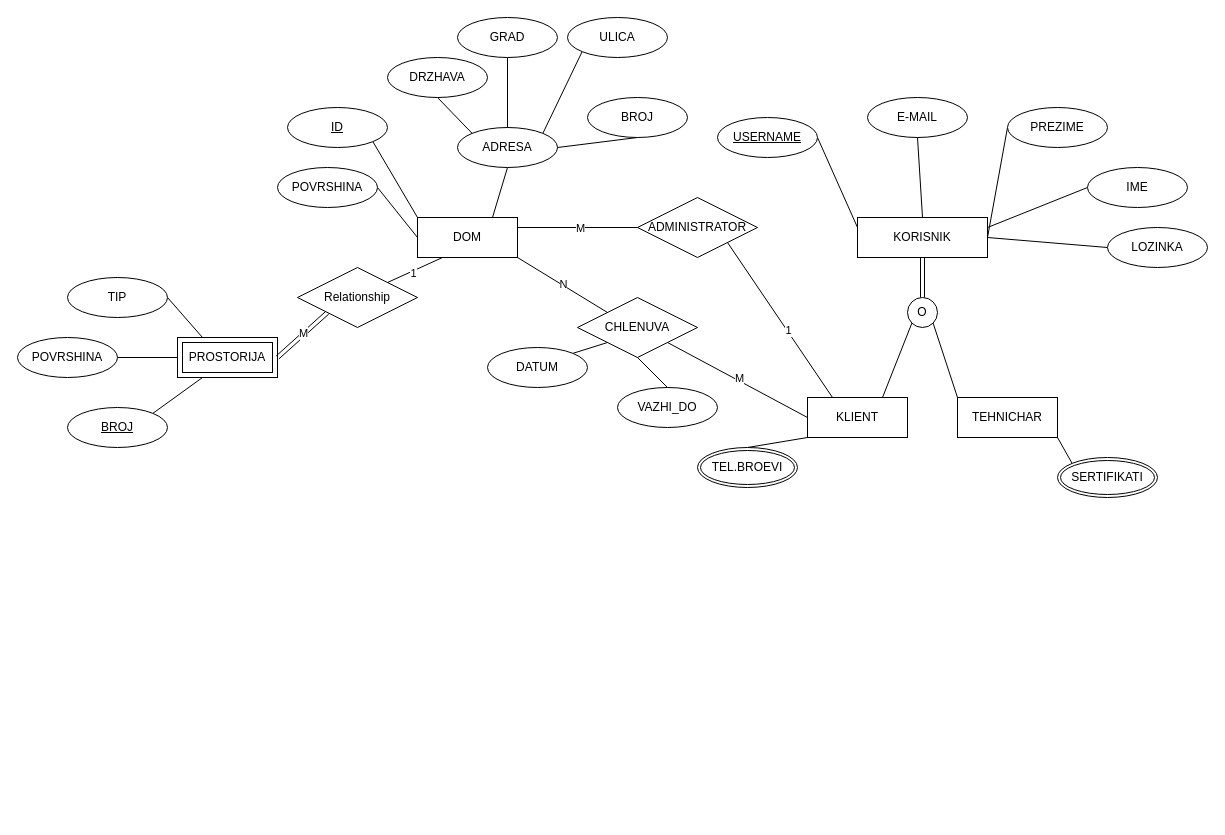
Earlier version of the draw.io diagram lab1.drawio (loramarku9/BAZInaPODATOCI). Source tidied: cells renumbered, new cells numbered last; positions are measured from the earlier drawing's top-left corner, leaving out a move shared by most shapes. Both pictures are drawn from the tidied source at 100%, with x=0, y=0 at pixel (17, 17).
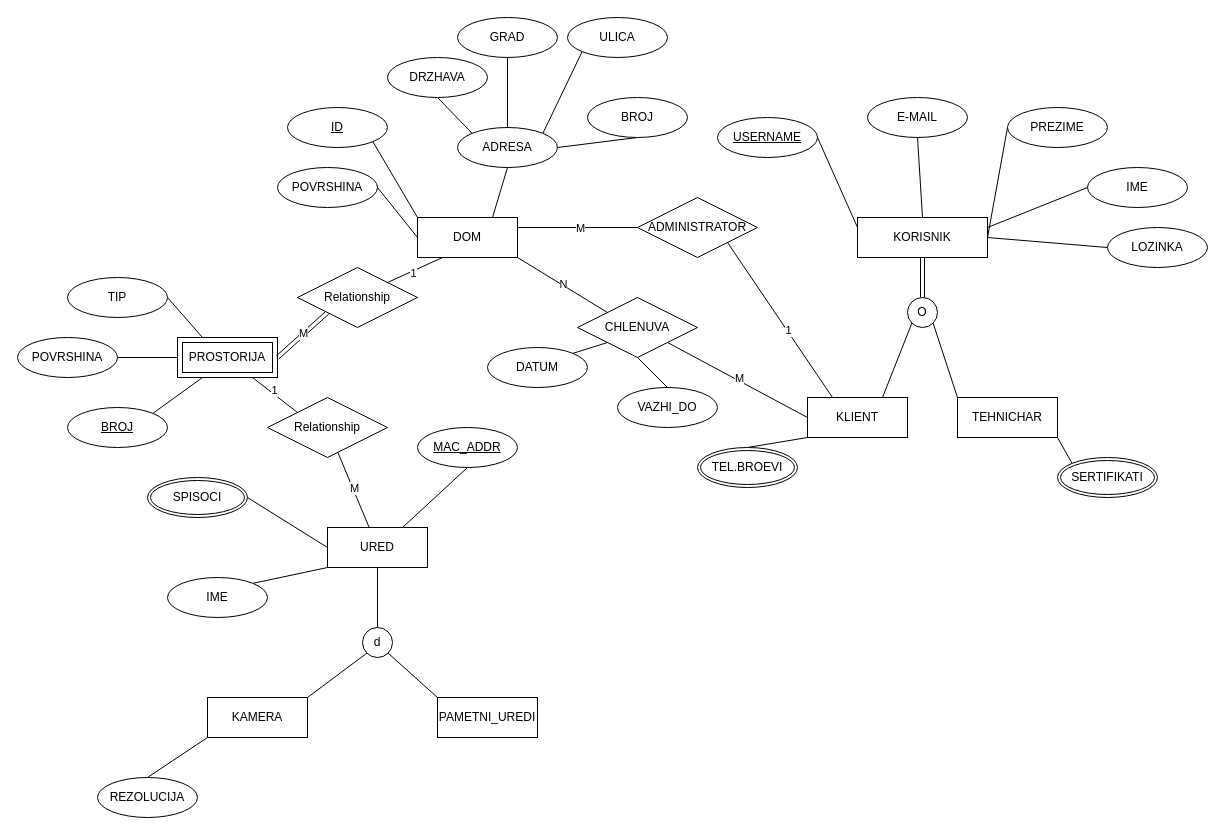
After the change.

Unchanged cells that the change refers to:
```xml
<mxCell id="57" value="PROSTORIJA" style="shape=ext;margin=3;double=1;whiteSpace=wrap;html=1;align=center;" parent="1" vertex="1">
  <mxGeometry x="160" y="320" width="100" height="40" as="geometry" />
</mxCell>
```

Diff of the diagram source:
```diff
@@
+    <mxCell id="64" style="edgeStyle=none;shape=connector;rounded=0;jettySize=auto;html=1;exitX=0.75;exitY=1;exitDx=0;exitDy=0;entryX=0;entryY=0;entryDx=0;entryDy=0;strokeColor=default;align=center;verticalAlign=middle;fontFamily=Helvetica;fontSize=11;fontColor=default;labelBackgroundColor=default;defaultLabelBackgroundColor=page;endArrow=none;endFill=0;" parent="1" edge="1" source="57" target="76">
+      <mxGeometry relative="1" as="geometry" />
+    </mxCell>
+    <mxCell id="65" value="1" style="edgeLabel;html=1;align=center;verticalAlign=middle;inheritText=1;defaultLabelBackgroundColor=page;" parent="64" vertex="1">
+      <mxGeometry x="-0.13" y="3" relative="1" as="geometry" />
+    </mxCell>
@@
+    <mxCell id="66" style="edgeStyle=none;shape=connector;rounded=0;jettySize=auto;html=1;strokeColor=default;align=center;verticalAlign=middle;fontFamily=Helvetica;fontSize=11;fontColor=default;labelBackgroundColor=default;defaultLabelBackgroundColor=page;endArrow=none;endFill=0;" parent="1" edge="1" source="70" target="76">
+      <mxGeometry relative="1" as="geometry" />
+    </mxCell>
+    <mxCell id="67" value="M" style="edgeLabel;html=1;align=center;verticalAlign=middle;inheritText=1;defaultLabelBackgroundColor=page;" parent="66" vertex="1">
+      <mxGeometry x="0.02" y="-1" relative="1" as="geometry" />
+    </mxCell>
+    <mxCell id="68" style="edgeStyle=none;shape=connector;rounded=0;jettySize=auto;html=1;exitX=0.75;exitY=0;exitDx=0;exitDy=0;entryX=0.5;entryY=1;entryDx=0;entryDy=0;strokeColor=default;align=center;verticalAlign=middle;fontFamily=Helvetica;fontSize=11;fontColor=default;labelBackgroundColor=default;defaultLabelBackgroundColor=page;endArrow=none;endFill=0;" parent="1" edge="1" source="70" target="71">
+      <mxGeometry relative="1" as="geometry" />
+    </mxCell>
+    <mxCell id="69" style="edgeStyle=none;shape=connector;rounded=0;jettySize=auto;html=1;exitX=0.5;exitY=1;exitDx=0;exitDy=0;entryX=0.5;entryY=0;entryDx=0;entryDy=0;strokeColor=default;align=center;verticalAlign=middle;fontFamily=Helvetica;fontSize=11;fontColor=default;labelBackgroundColor=default;defaultLabelBackgroundColor=page;endArrow=none;endFill=0;" parent="1" edge="1" source="70" target="78">
+      <mxGeometry relative="1" as="geometry" />
+    </mxCell>
+    <mxCell id="70" value="URED" style="whiteSpace=wrap;html=1;align=center;" parent="1" vertex="1">
+      <mxGeometry x="310" y="510" width="100" height="40" as="geometry" />
+    </mxCell>
+    <mxCell id="71" value="&lt;u&gt;MAC_ADDR&lt;/u&gt;" style="ellipse;whiteSpace=wrap;html=1;align=center;" parent="1" vertex="1">
+      <mxGeometry x="400" y="410" width="100" height="40" as="geometry" />
+    </mxCell>
+    <mxCell id="72" style="edgeStyle=none;shape=connector;rounded=0;jettySize=auto;html=1;exitX=1;exitY=0;exitDx=0;exitDy=0;entryX=0;entryY=1;entryDx=0;entryDy=0;strokeColor=default;align=center;verticalAlign=middle;fontFamily=Helvetica;fontSize=11;fontColor=default;labelBackgroundColor=default;defaultLabelBackgroundColor=page;endArrow=none;endFill=0;" parent="1" edge="1" source="73" target="70">
+      <mxGeometry relative="1" as="geometry" />
+    </mxCell>
+    <mxCell id="73" value="IME" style="ellipse;whiteSpace=wrap;html=1;align=center;" parent="1" vertex="1">
+      <mxGeometry x="150" y="560" width="100" height="40" as="geometry" />
+    </mxCell>
+    <mxCell id="74" style="edgeStyle=none;shape=connector;rounded=0;jettySize=auto;html=1;exitX=1;exitY=0.5;exitDx=0;exitDy=0;entryX=0;entryY=0.5;entryDx=0;entryDy=0;strokeColor=default;align=center;verticalAlign=middle;fontFamily=Helvetica;fontSize=11;fontColor=default;labelBackgroundColor=default;defaultLabelBackgroundColor=page;endArrow=none;endFill=0;" parent="1" edge="1" source="75" target="70">
+      <mxGeometry relative="1" as="geometry" />
+    </mxCell>
+    <mxCell id="75" value="SPISOCI" style="ellipse;shape=doubleEllipse;margin=3;whiteSpace=wrap;html=1;align=center;" parent="1" vertex="1">
+      <mxGeometry x="130" y="460" width="100" height="40" as="geometry" />
+    </mxCell>
+    <mxCell id="76" value="Relationship" style="shape=rhombus;perimeter=rhombusPerimeter;whiteSpace=wrap;html=1;align=center;" parent="1" vertex="1">
+      <mxGeometry x="250" y="380" width="120" height="60" as="geometry" />
+    </mxCell>
+    <mxCell id="77" style="edgeStyle=none;shape=connector;rounded=0;jettySize=auto;html=1;exitX=1;exitY=1;exitDx=0;exitDy=0;entryX=0;entryY=0;entryDx=0;entryDy=0;strokeColor=default;align=center;verticalAlign=middle;fontFamily=Helvetica;fontSize=11;fontColor=default;labelBackgroundColor=default;defaultLabelBackgroundColor=page;endArrow=none;endFill=0;" parent="1" edge="1" source="78" target="82">
+      <mxGeometry relative="1" as="geometry" />
+    </mxCell>
+    <mxCell id="78" value="d" style="ellipse;whiteSpace=wrap;html=1;shapeInside=1;" parent="1" vertex="1">
+      <mxGeometry x="345" y="610" width="30" height="30" as="geometry" />
+    </mxCell>
+    <mxCell id="79" style="edgeStyle=none;shape=connector;rounded=0;jettySize=auto;html=1;exitX=1;exitY=0;exitDx=0;exitDy=0;entryX=0;entryY=1;entryDx=0;entryDy=0;strokeColor=default;align=center;verticalAlign=middle;fontFamily=Helvetica;fontSize=11;fontColor=default;labelBackgroundColor=default;defaultLabelBackgroundColor=page;endArrow=none;endFill=0;" parent="1" edge="1" source="81" target="78">
+      <mxGeometry relative="1" as="geometry" />
+    </mxCell>
+    <mxCell id="80" style="edgeStyle=none;shape=connector;rounded=0;jettySize=auto;html=1;exitX=0;exitY=1;exitDx=0;exitDy=0;entryX=0.5;entryY=0;entryDx=0;entryDy=0;strokeColor=default;align=center;verticalAlign=middle;fontFamily=Helvetica;fontSize=11;fontColor=default;labelBackgroundColor=default;defaultLabelBackgroundColor=page;endArrow=none;endFill=0;" parent="1" edge="1" source="81" target="83">
+      <mxGeometry relative="1" as="geometry" />
+    </mxCell>
+    <mxCell id="81" value="KAMERA" style="whiteSpace=wrap;html=1;align=center;" parent="1" vertex="1">
+      <mxGeometry x="190" y="680" width="100" height="40" as="geometry" />
+    </mxCell>
+    <mxCell id="82" value="PAMETNI_UREDI" style="whiteSpace=wrap;html=1;align=center;" parent="1" vertex="1">
+      <mxGeometry x="420" y="680" width="100" height="40" as="geometry" />
+    </mxCell>
+    <mxCell id="83" value="REZOLUCIJA" style="ellipse;whiteSpace=wrap;html=1;align=center;" parent="1" vertex="1">
+      <mxGeometry x="80" y="760" width="100" height="40" as="geometry" />
+    </mxCell>
```
